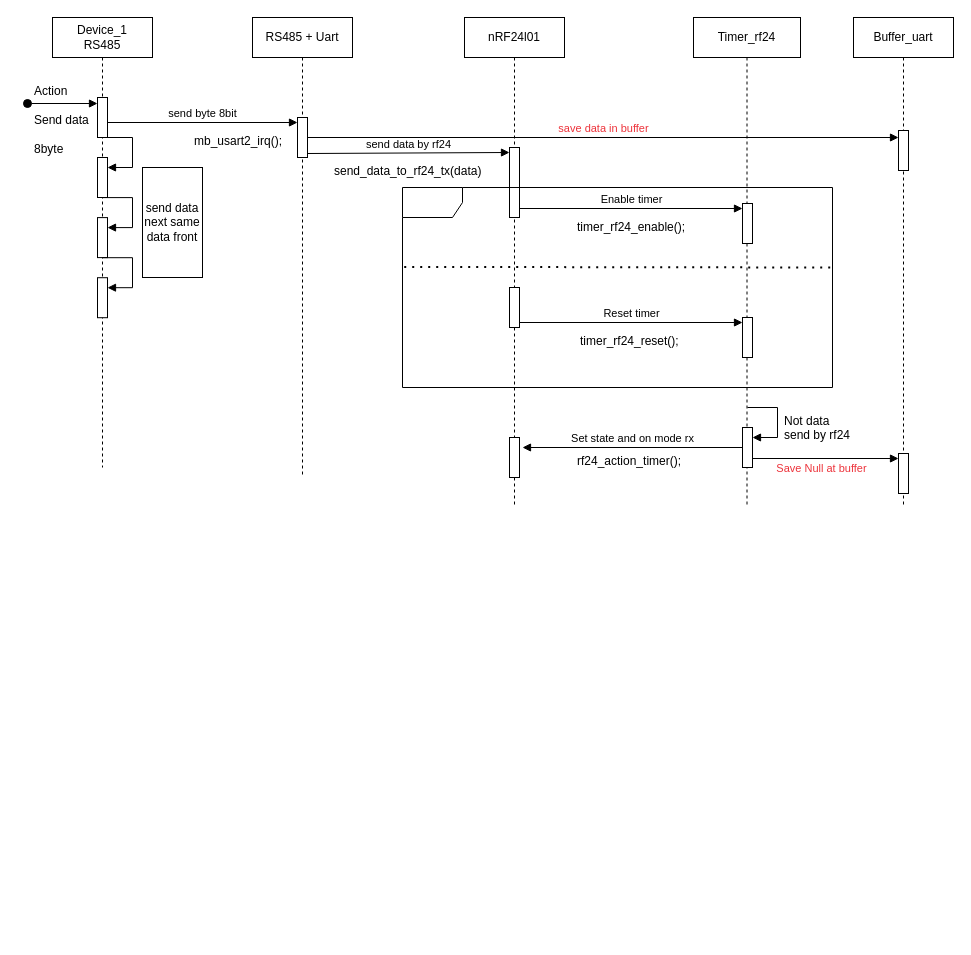
Above: page "action_uart" (2 of 4) of Sequence_wireless_rs485.drawio in QuocBuu/drawio (draw.io), before the change. Source tidied: cells renumbered, new cells numbered last; positions are measured from the earlier drawing's top-left corner, leaving out a move shared by most shapes. Both pictures are drawn from the tidied source at 100%, with x=0, y=0 at pixel (27, 17).
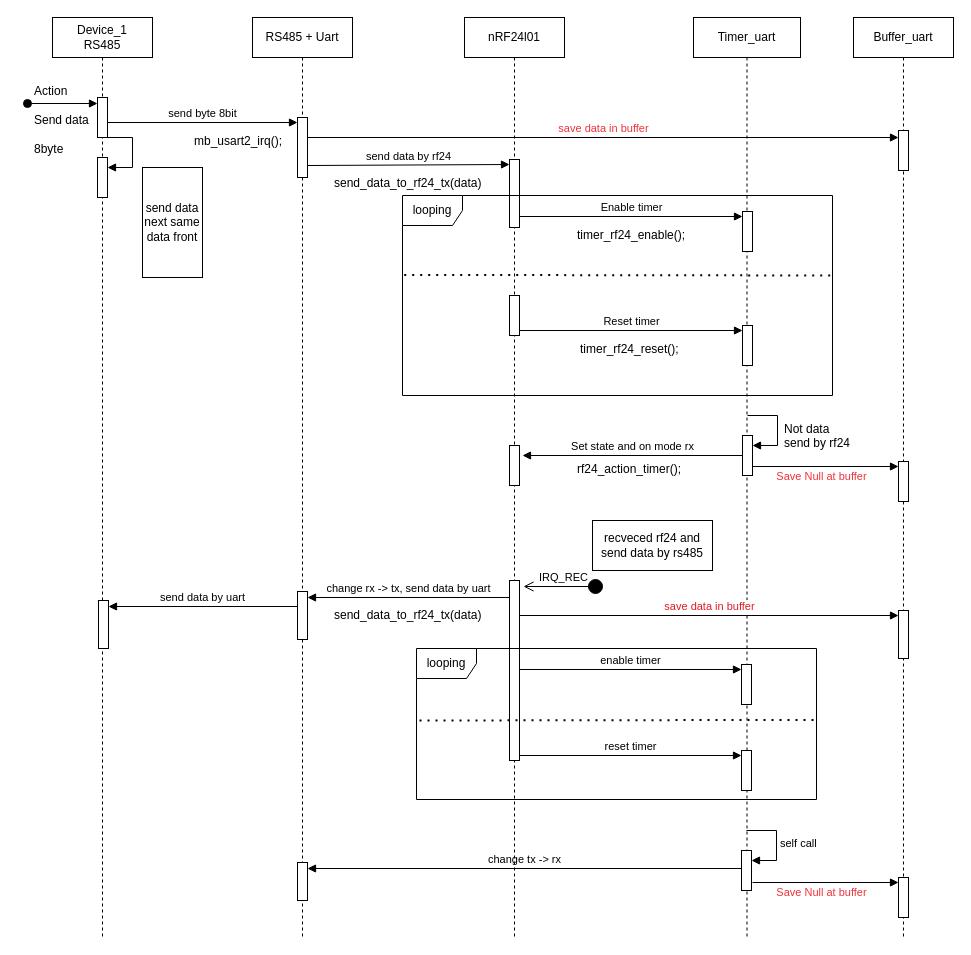
The same diagram, later.

The change refers to these unchanged cells:
```xml
<mxCell id="17" style="html=1;points=[[0,0,0,0,5],[0,1,0,0,-5],[1,0,0,0,5],[1,1,0,0,-5]];perimeter=orthogonalPerimeter;outlineConnect=0;targetShapes=umlLifeline;portConstraint=eastwest;newEdgeStyle={&quot;curved&quot;:0,&quot;rounded&quot;:0};" parent="16" vertex="1">
  <mxGeometry x="45" y="113" width="10" height="40" as="geometry" />
</mxCell>
```

The edit, as a diff of the source:
```diff
@@
     <mxCell id="2" value="&lt;div&gt;Device_1 &lt;br&gt;&lt;/div&gt;&lt;div&gt;RS485&lt;/div&gt;" style="shape=umlLifeline;perimeter=lifelinePerimeter;whiteSpace=wrap;html=1;newEdgeStyle={&quot;curved&quot;:0,&quot;rounded&quot;:0};" parent="1" vertex="1">
-      <mxGeometry x="25" width="100" height="450" as="geometry" />
+      <mxGeometry x="25" width="100" height="920" as="geometry" />
     </mxCell>
@@
-    <mxCell id="7" style="html=1;points=[[0,0,0,0,5],[0,1,0,0,-5],[1,0,0,0,5],[1,1,0,0,-5]];perimeter=orthogonalPerimeter;outlineConnect=0;targetShapes=umlLifeline;portConstraint=eastwest;newEdgeStyle={&quot;curved&quot;:0,&quot;rounded&quot;:0};" parent="2" vertex="1">
-      <mxGeometry x="45" y="200.1" width="10" height="40" as="geometry" />
-    </mxCell>
-    <mxCell id="8" style="html=1;align=left;spacingLeft=2;endArrow=block;rounded=0;edgeStyle=orthogonalEdgeStyle;curved=0;rounded=0;" parent="2" edge="1" target="7">
-      <mxGeometry relative="1" as="geometry">
-        <mxPoint x="50" y="180.1" as="sourcePoint" />
-        <Array as="points">
-          <mxPoint x="80" y="210.1" />
-        </Array>
-      </mxGeometry>
-    </mxCell>
-    <mxCell id="9" style="html=1;points=[[0,0,0,0,5],[0,1,0,0,-5],[1,0,0,0,5],[1,1,0,0,-5]];perimeter=orthogonalPerimeter;outlineConnect=0;targetShapes=umlLifeline;portConstraint=eastwest;newEdgeStyle={&quot;curved&quot;:0,&quot;rounded&quot;:0};" parent="2" vertex="1">
-      <mxGeometry x="45" y="260.2" width="10" height="40" as="geometry" />
-    </mxCell>
-    <mxCell id="10" style="html=1;align=left;spacingLeft=2;endArrow=block;rounded=0;edgeStyle=orthogonalEdgeStyle;curved=0;rounded=0;" parent="2" edge="1" target="9">
-      <mxGeometry relative="1" as="geometry">
-        <mxPoint x="50" y="240.2" as="sourcePoint" />
-        <Array as="points">
-          <mxPoint x="80" y="270.2" />
-        </Array>
-      </mxGeometry>
-    </mxCell>
     <mxCell id="11" value="&lt;div&gt;RS485 + Uart&lt;/div&gt;" style="shape=umlLifeline;perimeter=lifelinePerimeter;whiteSpace=wrap;html=1;newEdgeStyle={&quot;curved&quot;:0,&quot;rounded&quot;:0};" parent="1" vertex="1">
-      <mxGeometry x="225" width="100" height="460" as="geometry" />
+      <mxGeometry x="225" width="100" height="920" as="geometry" />
     </mxCell>
     <mxCell id="12" style="html=1;points=[[0,0,0,0,5],[0,1,0,0,-5],[1,0,0,0,5],[1,1,0,0,-5]];perimeter=orthogonalPerimeter;outlineConnect=0;targetShapes=umlLifeline;portConstraint=eastwest;newEdgeStyle={&quot;curved&quot;:0,&quot;rounded&quot;:0};" parent="11" vertex="1">
-      <mxGeometry x="45" y="100" width="10" height="40" as="geometry" />
+      <mxGeometry x="45" y="100" width="10" height="60" as="geometry" />
     </mxCell>
+    <mxCell id="42" value="change tx -&amp;gt; rx" style="html=1;verticalAlign=bottom;endArrow=block;curved=0;rounded=0;entryX=0;entryY=0;entryDx=0;entryDy=5;entryPerimeter=0;" parent="11" edge="1" source="49">
+      <mxGeometry relative="1" as="geometry">
+        <mxPoint x="55" y="851" as="targetPoint" />
+      </mxGeometry>
+    </mxCell>
+    <mxCell id="43" style="html=1;perimeter=orthogonalPerimeter;targetShapes=umlLifeline;newEdgeStyle={&quot;curved&quot;:0,&quot;rounded&quot;:0};" parent="11" vertex="1">
+      <mxGeometry x="45" y="845" width="10" height="38" as="geometry" />
+    </mxCell>
     <mxCell id="13" value="&lt;div&gt;nRF24l01&lt;/div&gt;" style="shape=umlLifeline;perimeter=lifelinePerimeter;whiteSpace=wrap;html=1;newEdgeStyle={&quot;curved&quot;:0,&quot;rounded&quot;:0};" parent="1" vertex="1">
-      <mxGeometry x="437" width="100" height="490" as="geometry" />
+      <mxGeometry x="437" width="100" height="920" as="geometry" />
     </mxCell>
     <mxCell id="14" style="html=1;points=[[0,0,0,0,5],[0,1,0,0,-5],[1,0,0,0,5],[1,1,0,0,-5]];perimeter=orthogonalPerimeter;outlineConnect=0;targetShapes=umlLifeline;portConstraint=eastwest;newEdgeStyle={&quot;curved&quot;:0,&quot;rounded&quot;:0};" parent="13" vertex="1">
-      <mxGeometry x="45" y="130" width="10" height="70" as="geometry" />
+      <mxGeometry x="45" y="142" width="10" height="68" as="geometry" />
     </mxCell>
-    <mxCell id="15" style="html=1;perimeter=orthogonalPerimeter;targetShapes=umlLifeline;newEdgeStyle={&quot;curved&quot;:0,&quot;rounded&quot;:0};" parent="13" vertex="1">
-      <mxGeometry x="45" y="420" width="10" height="40" as="geometry" />
-    </mxCell>
+    <mxCell id="44" style="html=1;points=[[0,0,0,0,5],[0,1,0,0,-5],[1,0,0,0,5],[1,1,0,0,-5]];perimeter=orthogonalPerimeter;outlineConnect=0;targetShapes=umlLifeline;portConstraint=eastwest;newEdgeStyle={&quot;curved&quot;:0,&quot;rounded&quot;:0};" parent="13" vertex="1">
+      <mxGeometry x="45" y="563" width="10" height="180" as="geometry" />
+    </mxCell>
     <mxCell id="16" value="Buffer_uart" style="shape=umlLifeline;perimeter=lifelinePerimeter;whiteSpace=wrap;html=1;newEdgeStyle={&quot;curved&quot;:0,&quot;rounded&quot;:0};" parent="1" vertex="1">
-      <mxGeometry x="826" width="100" height="490" as="geometry" />
+      <mxGeometry x="826" width="100" height="920" as="geometry" />
     </mxCell>
@@
+    <mxCell id="45" style="html=1;points=[[0,0,0,0,5],[0,1,0,0,-5],[1,0,0,0,5],[1,1,0,0,-5]];perimeter=orthogonalPerimeter;outlineConnect=0;targetShapes=umlLifeline;portConstraint=eastwest;newEdgeStyle={&quot;curved&quot;:0,&quot;rounded&quot;:0};" parent="16" vertex="1">
+      <mxGeometry x="45" y="593" width="10" height="48" as="geometry" />
+    </mxCell>
+    <mxCell id="46" style="html=1;points=[[0,0,0,0,5],[0,1,0,0,-5],[1,0,0,0,5],[1,1,0,0,-5]];perimeter=orthogonalPerimeter;outlineConnect=0;targetShapes=umlLifeline;portConstraint=eastwest;newEdgeStyle={&quot;curved&quot;:0,&quot;rounded&quot;:0};" parent="16" vertex="1">
+      <mxGeometry x="45" y="860" width="10" height="40" as="geometry" />
+    </mxCell>
+    <mxCell id="47" value="&lt;font color=&quot;#ed333b&quot;&gt;Save Null at buffer&lt;/font&gt;" style="html=1;verticalAlign=bottom;endArrow=block;curved=0;rounded=0;entryX=0;entryY=0;entryDx=0;entryDy=5;entryPerimeter=0;" parent="16" edge="1" target="46">
+      <mxGeometry x="-0.05" y="-19" relative="1" as="geometry">
+        <mxPoint x="-101" y="865" as="sourcePoint" />
+      </mxGeometry>
+    </mxCell>
-    <mxCell id="18" value="Timer_rf24" style="shape=umlLifeline;perimeter=lifelinePerimeter;whiteSpace=wrap;html=1;newEdgeStyle={&quot;curved&quot;:0,&quot;rounded&quot;:0};" parent="1" vertex="1">
-      <mxGeometry x="666" width="107" height="490" as="geometry" />
+    <mxCell id="18" value="Timer_uart" style="shape=umlLifeline;perimeter=lifelinePerimeter;whiteSpace=wrap;html=1;newEdgeStyle={&quot;curved&quot;:0,&quot;rounded&quot;:0};" parent="1" vertex="1">
+      <mxGeometry x="666" width="107" height="920" as="geometry" />
     </mxCell>
-    <mxCell id="19" style="html=1;points=[[0,0,0,0,5],[0,1,0,0,-5],[1,0,0,0,5],[1,1,0,0,-5]];perimeter=orthogonalPerimeter;outlineConnect=0;targetShapes=umlLifeline;portConstraint=eastwest;newEdgeStyle={&quot;curved&quot;:0,&quot;rounded&quot;:0};" parent="18" vertex="1">
-      <mxGeometry x="49" y="186" width="10" height="40" as="geometry" />
-    </mxCell>
-    <mxCell id="20" style="html=1;points=[[0,0,0,0,5],[0,1,0,0,-5],[1,0,0,0,5],[1,1,0,0,-5]];perimeter=orthogonalPerimeter;outlineConnect=0;targetShapes=umlLifeline;portConstraint=eastwest;newEdgeStyle={&quot;curved&quot;:0,&quot;rounded&quot;:0};" parent="18" vertex="1">
-      <mxGeometry x="49" y="410" width="10" height="40" as="geometry" />
-    </mxCell>
-    <mxCell id="21" style="html=1;align=left;spacingLeft=2;endArrow=block;rounded=0;edgeStyle=orthogonalEdgeStyle;curved=0;rounded=0;" parent="18" edge="1" target="20">
-      <mxGeometry relative="1" as="geometry">
-        <mxPoint x="54" y="390" as="sourcePoint" />
-        <Array as="points">
-          <mxPoint x="84" y="420" />
-        </Array>
-      </mxGeometry>
-    </mxCell>
+    <mxCell id="48" style="html=1;points=[[0,0,0,0,5],[0,1,0,0,-5],[1,0,0,0,5],[1,1,0,0,-5]];perimeter=orthogonalPerimeter;outlineConnect=0;targetShapes=umlLifeline;portConstraint=eastwest;newEdgeStyle={&quot;curved&quot;:0,&quot;rounded&quot;:0};" parent="18" vertex="1">
+      <mxGeometry x="48" y="647" width="10" height="40" as="geometry" />
+    </mxCell>
+    <mxCell id="49" style="html=1;points=[[0,0,0,0,5],[0,1,0,0,-5],[1,0,0,0,5],[1,1,0,0,-5]];perimeter=orthogonalPerimeter;outlineConnect=0;targetShapes=umlLifeline;portConstraint=eastwest;newEdgeStyle={&quot;curved&quot;:0,&quot;rounded&quot;:0};" parent="18" vertex="1">
+      <mxGeometry x="48" y="833" width="10" height="40" as="geometry" />
+    </mxCell>
+    <mxCell id="50" value="self call" style="html=1;align=left;spacingLeft=2;endArrow=block;rounded=0;edgeStyle=orthogonalEdgeStyle;curved=0;rounded=0;" parent="18" edge="1" target="49">
+      <mxGeometry relative="1" as="geometry">
+        <mxPoint x="53" y="813" as="sourcePoint" />
+        <Array as="points">
+          <mxPoint x="83" y="843" />
+        </Array>
+      </mxGeometry>
+    </mxCell>
@@
-    <mxCell id="25" value="&lt;font color=&quot;#ed333b&quot;&gt;save data in buffer &lt;/font&gt;" style="html=1;verticalAlign=bottom;endArrow=block;curved=0;rounded=0;" parent="1" edge="1" source="12" target="17">
-      <mxGeometry relative="1" as="geometry" />
+    <mxCell id="25" value="&lt;font color=&quot;#ed333b&quot;&gt;save data in buffer &lt;/font&gt;" style="html=1;verticalAlign=bottom;endArrow=block;curved=0;rounded=0;" parent="1" edge="1">
+      <mxGeometry relative="1" as="geometry">
+        <mxPoint x="280" y="120" as="sourcePoint" />
+        <mxPoint x="871" y="120" as="targetPoint" />
+      </mxGeometry>
     </mxCell>
     <mxCell id="26" value="send data by rf24" style="html=1;verticalAlign=bottom;endArrow=block;curved=0;rounded=0;entryX=0;entryY=0;entryDx=0;entryDy=5;entryPerimeter=0;" parent="1" edge="1" target="14">
       <mxGeometry relative="1" as="geometry">
-        <mxPoint x="280" y="136" as="sourcePoint" />
+        <mxPoint x="280" y="148" as="sourcePoint" />
       </mxGeometry>
     </mxCell>
     <mxCell id="27" value="send_data_to_rf24_tx(data)" style="text;whiteSpace=wrap;html=1;" parent="1" vertex="1">
-      <mxGeometry x="305" y="140" width="155" height="20" as="geometry" />
+      <mxGeometry x="305" y="152" width="155" height="20" as="geometry" />
     </mxCell>
+    <mxCell id="36" value="send data next same data front" style="html=1;whiteSpace=wrap;" parent="1" vertex="1">
+      <mxGeometry x="115" y="150" width="60" height="110" as="geometry" />
+    </mxCell>
+    <mxCell id="51" value="IRQ_REC" style="html=1;verticalAlign=bottom;startArrow=circle;startFill=1;endArrow=open;startSize=6;endSize=8;curved=0;rounded=0;" parent="1" edge="1">
+      <mxGeometry relative="1" as="geometry">
+        <mxPoint x="576" y="569" as="sourcePoint" />
+        <mxPoint x="496" y="569" as="targetPoint" />
+      </mxGeometry>
+    </mxCell>
+    <mxCell id="52" value="change rx -&amp;gt; tx, send data by uart" style="html=1;verticalAlign=bottom;endArrow=block;curved=0;rounded=0;entryX=0;entryY=0;entryDx=0;entryDy=5;entryPerimeter=0;" parent="1" edge="1" source="44">
+      <mxGeometry relative="1" as="geometry">
+        <mxPoint x="280" y="580" as="targetPoint" />
+      </mxGeometry>
+    </mxCell>
+    <mxCell id="53" value="send_data_to_rf24_tx(data)" style="text;whiteSpace=wrap;html=1;" parent="1" vertex="1">
+      <mxGeometry x="305" y="584" width="155" height="20" as="geometry" />
+    </mxCell>
+    <mxCell id="54" style="html=1;points=[[0,0,0,0,5],[0,1,0,0,-5],[1,0,0,0,5],[1,1,0,0,-5]];perimeter=orthogonalPerimeter;outlineConnect=0;targetShapes=umlLifeline;portConstraint=eastwest;newEdgeStyle={&quot;curved&quot;:0,&quot;rounded&quot;:0};" parent="1" vertex="1">
+      <mxGeometry x="270" y="574" width="10" height="48" as="geometry" />
+    </mxCell>
+    <mxCell id="55" value="&lt;font color=&quot;#e01b24&quot;&gt;save data in buffer&lt;br&gt;&lt;/font&gt;" style="html=1;verticalAlign=bottom;endArrow=block;curved=0;rounded=0;entryX=0;entryY=0;entryDx=0;entryDy=5;entryPerimeter=0;" parent="1" edge="1" source="44" target="45">
+      <mxGeometry relative="1" as="geometry" />
+    </mxCell>
+    <mxCell id="56" value="enable timer " style="html=1;verticalAlign=bottom;endArrow=block;curved=0;rounded=0;entryX=0;entryY=0;entryDx=0;entryDy=5;entryPerimeter=0;" parent="1" edge="1" target="48">
+      <mxGeometry relative="1" as="geometry">
+        <mxPoint x="492" y="652" as="sourcePoint" />
+      </mxGeometry>
+    </mxCell>
+    <mxCell id="57" value="looping" style="shape=umlFrame;whiteSpace=wrap;html=1;" parent="1" vertex="1">
+      <mxGeometry x="389" y="631" width="400" height="151" as="geometry" />
+    </mxCell>
+    <mxCell id="58" style="endArrow=none;dashed=1;html=1;dashPattern=1 3;strokeWidth=2;rounded=0;entryX=1;entryY=0.4;entryDx=0;entryDy=0;entryPerimeter=0;" parent="1" edge="1">
+      <mxGeometry relative="1" as="geometry">
+        <mxPoint x="392" y="703" as="sourcePoint" />
+        <mxPoint x="792" y="702.4" as="targetPoint" />
+      </mxGeometry>
+    </mxCell>
+    <mxCell id="59" style="html=1;points=[[0,0,0,0,5],[0,1,0,0,-5],[1,0,0,0,5],[1,1,0,0,-5]];perimeter=orthogonalPerimeter;outlineConnect=0;targetShapes=umlLifeline;portConstraint=eastwest;newEdgeStyle={&quot;curved&quot;:0,&quot;rounded&quot;:0};" parent="1" vertex="1">
+      <mxGeometry x="714" y="733" width="10" height="40" as="geometry" />
+    </mxCell>
+    <mxCell id="60" value="reset timer" style="html=1;verticalAlign=bottom;endArrow=block;curved=0;rounded=0;entryX=0;entryY=0;entryDx=0;entryDy=5;entryPerimeter=0;" parent="1" edge="1" target="59">
+      <mxGeometry relative="1" as="geometry">
+        <mxPoint x="492" y="738" as="sourcePoint" />
+      </mxGeometry>
+    </mxCell>
+    <mxCell id="61" value="send data by uart" style="html=1;verticalAlign=bottom;endArrow=block;curved=0;rounded=0;entryX=0;entryY=0;entryDx=0;entryDy=5;entryPerimeter=0;" parent="1" edge="1" source="54">
+      <mxGeometry relative="1" as="geometry">
+        <mxPoint x="81" y="589" as="targetPoint" />
+      </mxGeometry>
+    </mxCell>
+    <mxCell id="62" style="html=1;perimeter=orthogonalPerimeter;targetShapes=umlLifeline;newEdgeStyle={&quot;curved&quot;:0,&quot;rounded&quot;:0};" parent="1" vertex="1">
+      <mxGeometry x="71" y="583" width="10" height="48" as="geometry" />
+    </mxCell>
+    <mxCell id="63" value="recveced rf24 and send data by rs485" style="html=1;whiteSpace=wrap;" parent="1" vertex="1">
+      <mxGeometry x="565" y="503" width="120" height="50" as="geometry" />
+    </mxCell>
+    <mxCell id="64" style="html=1;perimeter=orthogonalPerimeter;targetShapes=umlLifeline;newEdgeStyle={&quot;curved&quot;:0,&quot;rounded&quot;:0};" parent="1" vertex="1">
+      <mxGeometry x="482" y="428" width="10" height="40" as="geometry" />
+    </mxCell>
+    <mxCell id="65" style="html=1;points=[[0,0,0,0,5],[0,1,0,0,-5],[1,0,0,0,5],[1,1,0,0,-5]];perimeter=orthogonalPerimeter;outlineConnect=0;targetShapes=umlLifeline;portConstraint=eastwest;newEdgeStyle={&quot;curved&quot;:0,&quot;rounded&quot;:0};" parent="1" vertex="1">
+      <mxGeometry x="715" y="194" width="10" height="40" as="geometry" />
+    </mxCell>
+    <mxCell id="66" style="html=1;points=[[0,0,0,0,5],[0,1,0,0,-5],[1,0,0,0,5],[1,1,0,0,-5]];perimeter=orthogonalPerimeter;outlineConnect=0;targetShapes=umlLifeline;portConstraint=eastwest;newEdgeStyle={&quot;curved&quot;:0,&quot;rounded&quot;:0};" parent="1" vertex="1">
+      <mxGeometry x="715" y="418" width="10" height="40" as="geometry" />
+    </mxCell>
+    <mxCell id="67" style="html=1;align=left;spacingLeft=2;endArrow=block;rounded=0;edgeStyle=orthogonalEdgeStyle;curved=0;rounded=0;" parent="1" edge="1" target="66">
+      <mxGeometry relative="1" as="geometry">
+        <mxPoint x="720" y="398" as="sourcePoint" />
+        <Array as="points">
+          <mxPoint x="750" y="428" />
+        </Array>
+      </mxGeometry>
+    </mxCell>
-    <mxCell id="28" value="Enable timer" style="html=1;verticalAlign=bottom;endArrow=block;curved=0;rounded=0;entryX=0;entryY=0;entryDx=0;entryDy=5;entryPerimeter=0;" parent="1" edge="1" target="19">
+    <mxCell id="28" value="Enable timer" style="html=1;verticalAlign=bottom;endArrow=block;curved=0;rounded=0;entryX=0;entryY=0;entryDx=0;entryDy=5;entryPerimeter=0;" parent="1" edge="1" target="65">
       <mxGeometry relative="1" as="geometry">
-        <mxPoint x="492" y="191" as="sourcePoint" />
+        <mxPoint x="492" y="199" as="sourcePoint" />
       </mxGeometry>
     </mxCell>
-    <mxCell id="29" style="shape=umlFrame;whiteSpace=wrap;html=1;" parent="1" vertex="1">
-      <mxGeometry x="375" y="170" width="430" height="200" as="geometry" />
-    </mxCell>
-    <mxCell id="30" style="endArrow=none;dashed=1;html=1;dashPattern=1 3;strokeWidth=2;rounded=0;exitX=0.004;exitY=0.397;exitDx=0;exitDy=0;exitPerimeter=0;entryX=1;entryY=0.4;entryDx=0;entryDy=0;entryPerimeter=0;" parent="1" edge="1" source="29" target="29">
-      <mxGeometry relative="1" as="geometry" />
-    </mxCell>
-    <mxCell id="31" style="html=1;points=[[0,0,0,0,5],[0,1,0,0,-5],[1,0,0,0,5],[1,1,0,0,-5]];perimeter=orthogonalPerimeter;outlineConnect=0;targetShapes=umlLifeline;portConstraint=eastwest;newEdgeStyle={&quot;curved&quot;:0,&quot;rounded&quot;:0};" parent="1" vertex="1">
-      <mxGeometry x="715" y="300" width="10" height="40" as="geometry" />
-    </mxCell>
+    <mxCell id="68" value="looping" style="shape=umlFrame;whiteSpace=wrap;html=1;" parent="1" vertex="1">
+      <mxGeometry x="375" y="178" width="430" height="200" as="geometry" />
+    </mxCell>
+    <mxCell id="69" style="endArrow=none;dashed=1;html=1;dashPattern=1 3;strokeWidth=2;rounded=0;exitX=0.004;exitY=0.397;exitDx=0;exitDy=0;exitPerimeter=0;entryX=1;entryY=0.4;entryDx=0;entryDy=0;entryPerimeter=0;" parent="1" edge="1" source="68" target="68">
+      <mxGeometry relative="1" as="geometry" />
+    </mxCell>
+    <mxCell id="70" style="html=1;points=[[0,0,0,0,5],[0,1,0,0,-5],[1,0,0,0,5],[1,1,0,0,-5]];perimeter=orthogonalPerimeter;outlineConnect=0;targetShapes=umlLifeline;portConstraint=eastwest;newEdgeStyle={&quot;curved&quot;:0,&quot;rounded&quot;:0};" parent="1" vertex="1">
+      <mxGeometry x="715" y="308" width="10" height="40" as="geometry" />
+    </mxCell>
     <mxCell id="32" value="timer_rf24_reset();" style="text;whiteSpace=wrap;html=1;" parent="1" vertex="1">
-      <mxGeometry x="551" y="310" width="107" height="20" as="geometry" />
+      <mxGeometry x="551" y="318" width="107" height="20" as="geometry" />
     </mxCell>
-    <mxCell id="33" value="Reset timer" style="html=1;verticalAlign=bottom;endArrow=block;curved=0;rounded=0;entryX=0;entryY=0;entryDx=0;entryDy=5;entryPerimeter=0;" parent="1" edge="1" target="31">
+    <mxCell id="33" value="Reset timer" style="html=1;verticalAlign=bottom;endArrow=block;curved=0;rounded=0;entryX=0;entryY=0;entryDx=0;entryDy=5;entryPerimeter=0;" parent="1" edge="1" target="70">
       <mxGeometry relative="1" as="geometry">
-        <mxPoint x="492" y="305" as="sourcePoint" />
+        <mxPoint x="492" y="313" as="sourcePoint" />
       </mxGeometry>
     </mxCell>
     <mxCell id="34" value="timer_rf24_enable();" style="text;whiteSpace=wrap;html=1;" parent="1" vertex="1">
-      <mxGeometry x="548" y="196" width="118" height="20" as="geometry" />
+      <mxGeometry x="548" y="204" width="118" height="20" as="geometry" />
     </mxCell>
-    <mxCell id="35" style="html=1;perimeter=orthogonalPerimeter;targetShapes=umlLifeline;newEdgeStyle={&quot;curved&quot;:0,&quot;rounded&quot;:0};" parent="1" vertex="1">
-      <mxGeometry x="482" y="270" width="10" height="40" as="geometry" />
-    </mxCell>
-    <mxCell id="36" value="send data next same data front" style="html=1;whiteSpace=wrap;" parent="1" vertex="1">
-      <mxGeometry x="115" y="150" width="60" height="110" as="geometry" />
-    </mxCell>
+    <mxCell id="71" style="html=1;perimeter=orthogonalPerimeter;targetShapes=umlLifeline;newEdgeStyle={&quot;curved&quot;:0,&quot;rounded&quot;:0};" parent="1" vertex="1">
+      <mxGeometry x="482" y="278" width="10" height="40" as="geometry" />
+    </mxCell>
     <mxCell id="37" value="Not data send by rf24" style="text;whiteSpace=wrap;html=1;" parent="1" vertex="1">
-      <mxGeometry x="755" y="390" width="70" height="20" as="geometry" />
+      <mxGeometry x="755" y="398" width="70" height="20" as="geometry" />
     </mxCell>
     <mxCell id="38" value="Set state and on mode rx " style="html=1;verticalAlign=bottom;endArrow=block;curved=0;rounded=0;exitX=0;exitY=0;exitDx=0;exitDy=5;exitPerimeter=0;" parent="1" edge="1">
       <mxGeometry relative="1" as="geometry">
-        <mxPoint x="715" y="430" as="sourcePoint" />
-        <mxPoint x="495" y="430" as="targetPoint" />
+        <mxPoint x="715" y="438" as="sourcePoint" />
+        <mxPoint x="495" y="438" as="targetPoint" />
       </mxGeometry>
     </mxCell>
     <mxCell id="39" value="rf24_action_timer();" style="text;whiteSpace=wrap;html=1;" parent="1" vertex="1">
-      <mxGeometry x="548" y="430" width="107" height="20" as="geometry" />
+      <mxGeometry x="548" y="438" width="107" height="20" as="geometry" />
     </mxCell>
-    <mxCell id="40" style="html=1;points=[[0,0,0,0,5],[0,1,0,0,-5],[1,0,0,0,5],[1,1,0,0,-5]];perimeter=orthogonalPerimeter;outlineConnect=0;targetShapes=umlLifeline;portConstraint=eastwest;newEdgeStyle={&quot;curved&quot;:0,&quot;rounded&quot;:0};" parent="1" vertex="1">
-      <mxGeometry x="871" y="436" width="10" height="40" as="geometry" />
-    </mxCell>
-    <mxCell id="41" value="&lt;font color=&quot;#ed333b&quot;&gt;Save Null at buffer&lt;/font&gt;" style="html=1;verticalAlign=bottom;endArrow=block;curved=0;rounded=0;entryX=0;entryY=0;entryDx=0;entryDy=5;entryPerimeter=0;" parent="1" edge="1" source="20" target="40">
-      <mxGeometry x="-0.05" y="-19" relative="1" as="geometry" />
-    </mxCell>
+    <mxCell id="72" style="html=1;points=[[0,0,0,0,5],[0,1,0,0,-5],[1,0,0,0,5],[1,1,0,0,-5]];perimeter=orthogonalPerimeter;outlineConnect=0;targetShapes=umlLifeline;portConstraint=eastwest;newEdgeStyle={&quot;curved&quot;:0,&quot;rounded&quot;:0};" parent="1" vertex="1">
+      <mxGeometry x="871" y="444" width="10" height="40" as="geometry" />
+    </mxCell>
+    <mxCell id="73" value="&lt;font color=&quot;#ed333b&quot;&gt;Save Null at buffer&lt;/font&gt;" style="html=1;verticalAlign=bottom;endArrow=block;curved=0;rounded=0;entryX=0;entryY=0;entryDx=0;entryDy=5;entryPerimeter=0;" parent="1" edge="1" source="66" target="72">
+      <mxGeometry x="-0.05" y="-19" relative="1" as="geometry" />
+    </mxCell>
```
